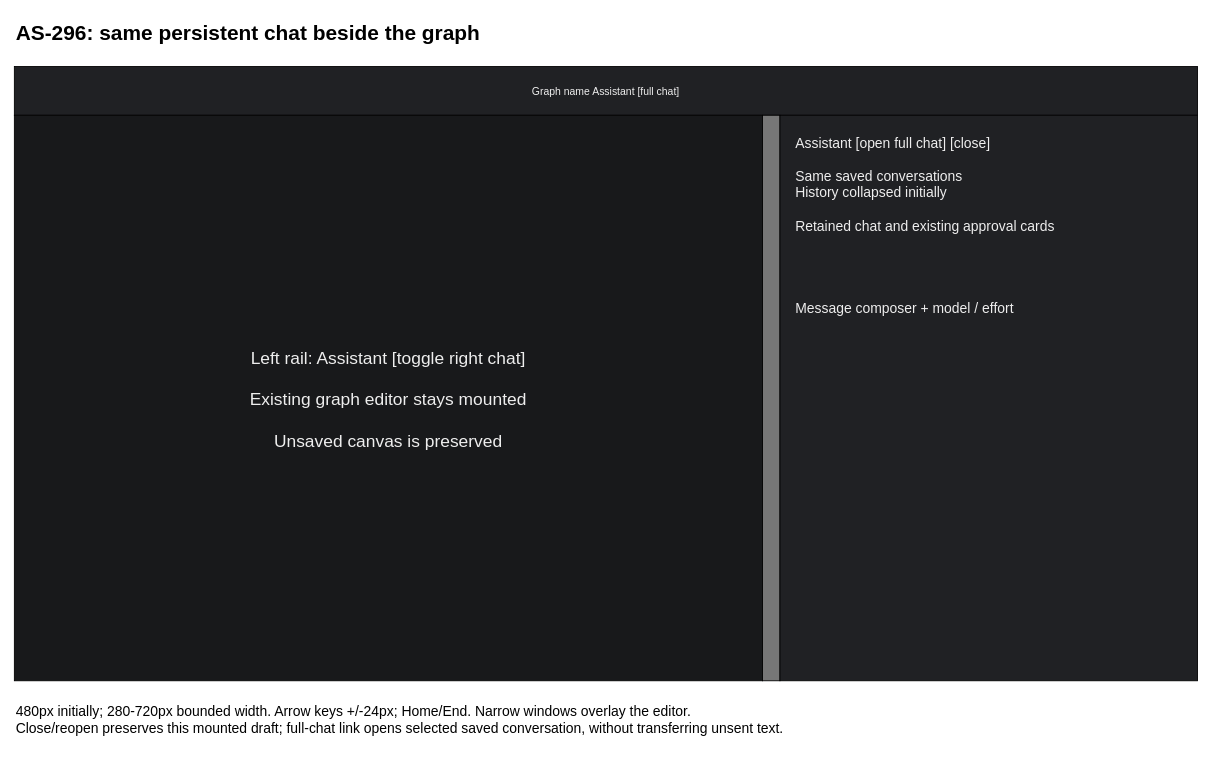
The draw.io diagram page "AS-296 - Resizable editor assistant" (5 of 5) of projects/laomedo/subsystems/agent-execution/design/application-assistant.drawio in amadou-6e/specs, before the edit. Source tidied: cells renumbered, new cells numbered last; positions are measured from the earlier drawing's top-left corner, leaving out a move shared by most shapes. Both pictures are drawn from the tidied source at 87%, with x=0, y=0 at pixel (14, 14).
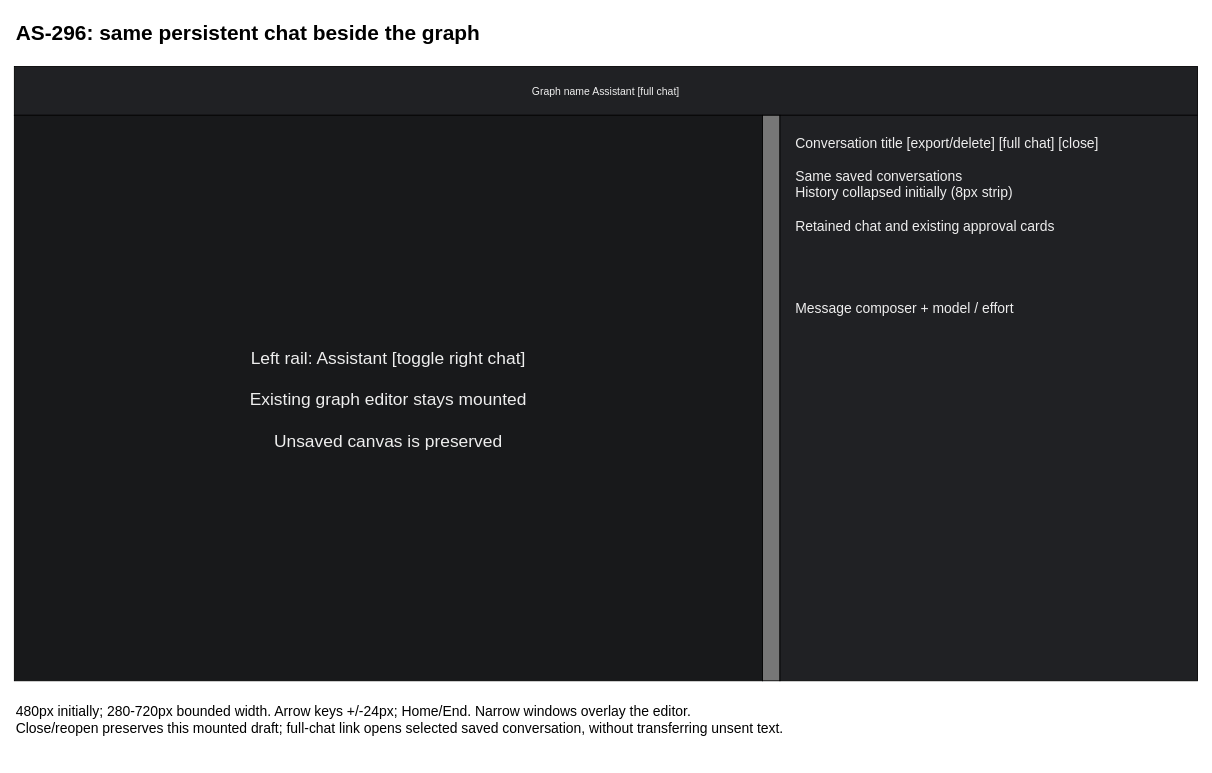
After the change.

Commit message (it also covers changes not shown here):
docs: define compact sidebar header and history strip

Change to the diagram source:
```diff
@@
 <mxGraphModel>
   <root>
     <mxCell id="0" />
     <mxCell id="1" parent="0" />
     <mxCell id="2" value="AS-296: same persistent chat beside the graph" style="text;fontSize=24;fontStyle=1;" parent="1" vertex="1">
       <mxGeometry width="1300" height="40" as="geometry" />
     </mxCell>
     <mxCell id="3" value="Graph name                                  Assistant [full chat]" style="rounded=0;fillColor=#202124;fontColor=#eeeeee;" parent="1" vertex="1">
       <mxGeometry y="60" width="1360" height="56" as="geometry" />
     </mxCell>
     <mxCell id="4" value="Left rail: Assistant [toggle right chat]&#10;&#10;Existing graph editor stays mounted&#10;&#10;Unsaved canvas is preserved" style="rounded=0;fillColor=#18191b;fontColor=#eeeeee;fontSize=20;" parent="1" vertex="1">
       <mxGeometry y="116" width="860" height="650" as="geometry" />
     </mxCell>
     <mxCell id="5" style="rounded=0;fillColor=#777777;" parent="1" vertex="1">
       <mxGeometry x="860" y="116" width="20" height="650" as="geometry" />
     </mxCell>
-    <mxCell id="6" value="Assistant                     [open full chat]  [close]&#10;&#10;Same saved conversations&#10;History collapsed initially&#10;&#10;Retained chat and existing approval cards&#10;&#10;&#10;&#10;&#10;Message composer + model / effort" style="rounded=0;fillColor=#202124;fontColor=#eeeeee;align=left;verticalAlign=top;spacing=18;fontSize=16;" parent="1" vertex="1">
+    <mxCell id="6" value="Conversation title      [export/delete] [full chat] [close]&#10;&#10;Same saved conversations&#10;History collapsed initially (8px strip)&#10;&#10;Retained chat and existing approval cards&#10;&#10;&#10;&#10;&#10;Message composer + model / effort" style="rounded=0;fillColor=#202124;fontColor=#eeeeee;align=left;verticalAlign=top;spacing=18;fontSize=16;" parent="1" vertex="1">
       <mxGeometry x="880" y="116" width="480" height="650" as="geometry" />
     </mxCell>
     <mxCell id="7" value="480px initially; 280-720px bounded width. Arrow keys +/-24px; Home/End. Narrow windows overlay the editor.&#10;Close/reopen preserves this mounted draft; full-chat link opens selected saved conversation, without transferring unsent text." style="text;align=left;fontSize=16;" parent="1" vertex="1">
       <mxGeometry y="785" width="1360" height="70" as="geometry" />
     </mxCell>
   </root>
 </mxGraphModel>
```
